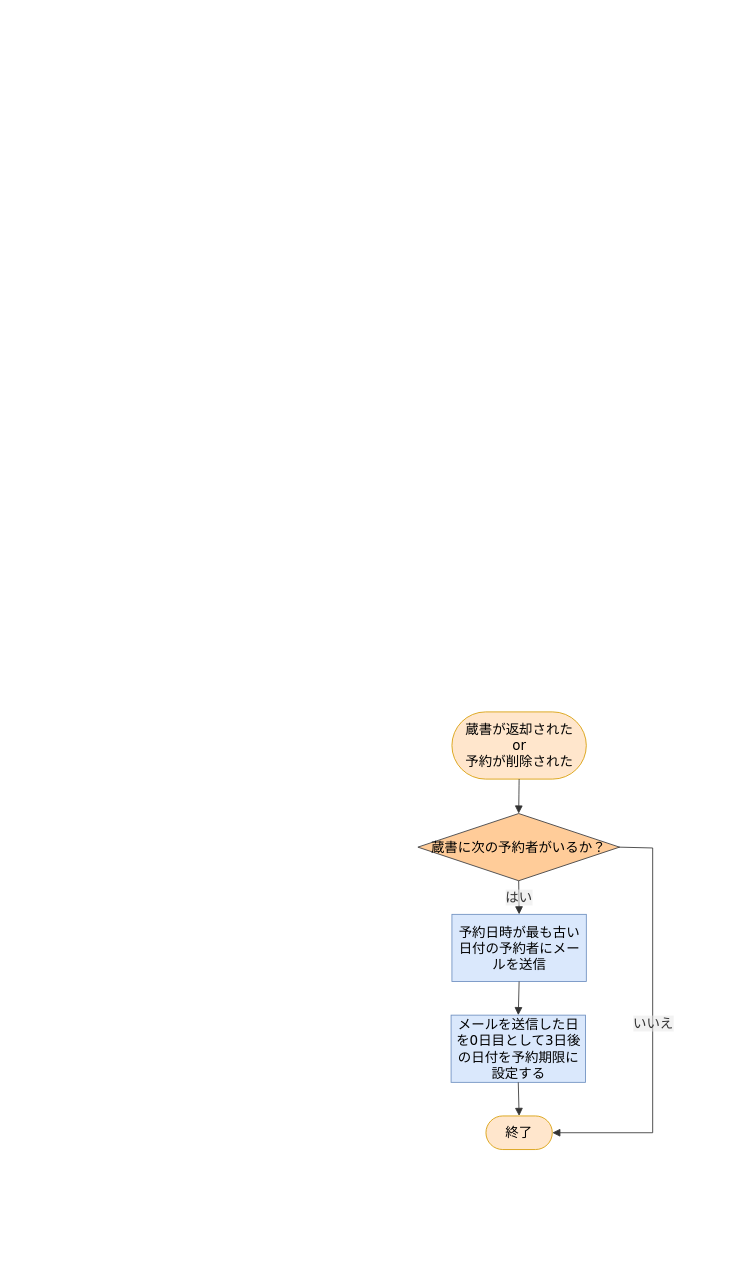
This is 詳細設計書/7班/flowchart/予約通知処理.drawio from rs002421-creator/-, a draw.io file, before an edit. Source tidied: cells renumbered, new cells numbered last; positions are measured from the earlier drawing's top-left corner, leaving out a move shared by most shapes. Both pictures are drawn from the tidied source at 84%, with x=0, y=0 at pixel (417, 711).
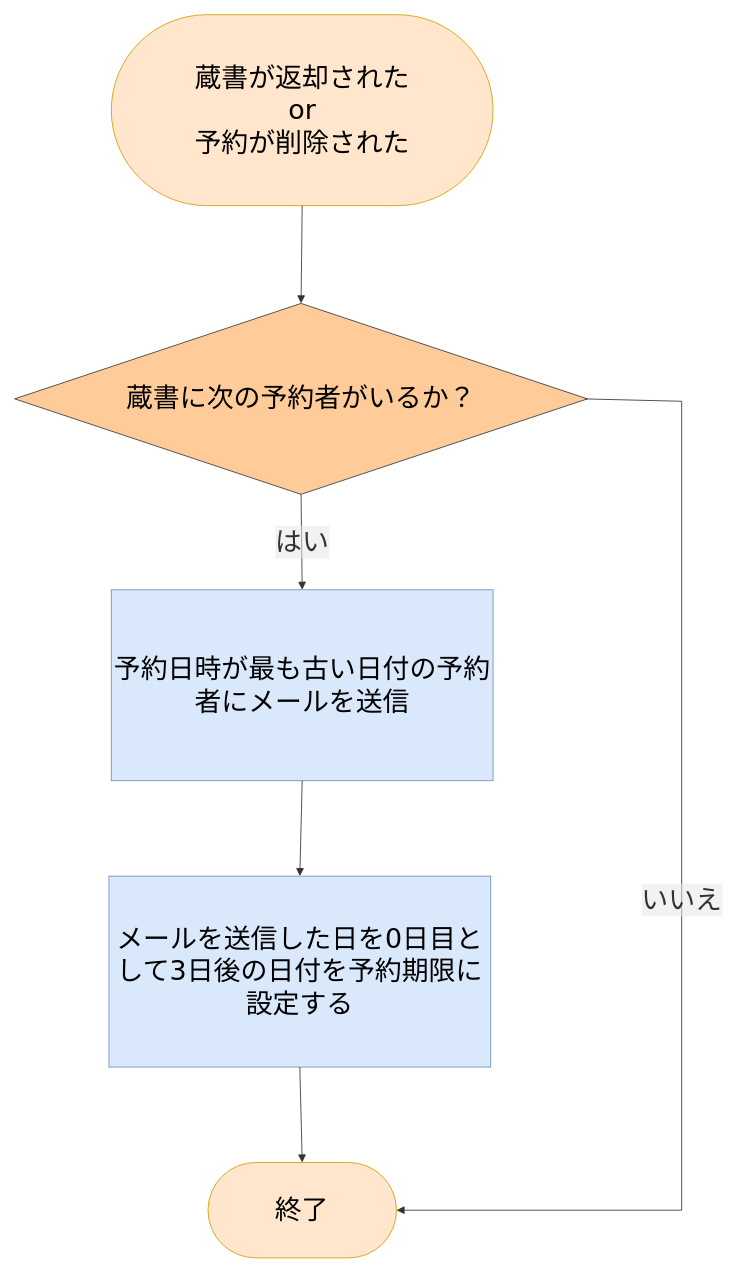
After the change.

Change to the diagram source:
```diff
@@
 <mxGraphModel>
   <root>
     <mxCell id="0" />
     <mxCell id="1" parent="0" />
+    <mxCell id="12" style="group;fontSize=32;" parent="1" vertex="1">
+      <mxGeometry x="-480" y="-830" width="794" height="1480" as="geometry" />
+    </mxCell>
-    <mxCell id="2" value="&lt;font style=&quot;color: rgb(0, 0, 0);&quot;&gt;蔵書が返却された&lt;/font&gt;&lt;div&gt;&lt;font style=&quot;color: rgb(0, 0, 0);&quot;&gt;or&lt;/font&gt;&lt;/div&gt;&lt;div&gt;&lt;font style=&quot;color: rgb(0, 0, 0);&quot;&gt;予約が削除された&lt;/font&gt;&lt;/div&gt;" style="html=1;rounded=1;whiteSpace=wrap;arcSize=50;strokeWidth=1;fontFamily=Trebuchet MS,Verdana,Arial,sans-serif;fontSize=16;fillColor=#ffe6cc;strokeColor=#d79b00;" parent="1" vertex="1">
-      <mxGeometry x="40.5" width="160" height="80" as="geometry" />
+    <mxCell id="2" value="&lt;font style=&quot;color: rgb(0, 0, 0);&quot;&gt;蔵書が返却された&lt;/font&gt;&lt;div&gt;&lt;font style=&quot;color: rgb(0, 0, 0);&quot;&gt;or&lt;/font&gt;&lt;/div&gt;&lt;div&gt;&lt;font style=&quot;color: rgb(0, 0, 0);&quot;&gt;予約が削除された&lt;/font&gt;&lt;/div&gt;" style="html=1;rounded=1;whiteSpace=wrap;arcSize=50;strokeWidth=1;fontFamily=Trebuchet MS,Verdana,Arial,sans-serif;fontSize=32;fillColor=#ffe6cc;strokeColor=#d79b00;" parent="12" vertex="1">
+      <mxGeometry x="115" width="454.5" height="227.3" as="geometry" />
     </mxCell>
-    <mxCell id="3" value="蔵書に次の予約者がいるか？" style="rhombus;html=1;strokeWidth=1;whiteSpace=wrap;fillColor=#ffcc99;strokeColor=#36393d;fontFamily=Trebuchet MS,Verdana,Arial,sans-serif;fontSize=16;" parent="1" vertex="1">
-      <mxGeometry y="121" width="240" height="80" as="geometry" />
+    <mxCell id="3" value="蔵書に次の予約者がいるか？" style="rhombus;html=1;strokeWidth=1;whiteSpace=wrap;fillColor=#ffcc99;strokeColor=#36393d;fontFamily=Trebuchet MS,Verdana,Arial,sans-serif;fontSize=32;" parent="12" vertex="1">
+      <mxGeometry y="343.7" width="681.8" height="227.3" as="geometry" />
     </mxCell>
-    <mxCell id="4" value="予約日時が最も古い日付の予約者にメールを送信" style="html=1;whiteSpace=wrap;strokeWidth=1;fillColor=#dae8fc;strokeColor=#6c8ebf;fontFamily=Trebuchet MS,Verdana,Arial,sans-serif;fontSize=16;" parent="1" vertex="1">
-      <mxGeometry x="40.5" y="241" width="160" height="80" as="geometry" />
+    <mxCell id="4" value="予約日時が最も古い日付の予約者にメールを送信" style="html=1;whiteSpace=wrap;strokeWidth=1;fillColor=#dae8fc;strokeColor=#6c8ebf;fontFamily=Trebuchet MS,Verdana,Arial,sans-serif;fontSize=32;" parent="12" vertex="1">
+      <mxGeometry x="115" y="684.6" width="454.5" height="227.3" as="geometry" />
     </mxCell>
-    <mxCell id="5" value="メールを送信した日を0日目として3日後の日付を予約期限に設定する" style="html=1;whiteSpace=wrap;strokeWidth=1;fillColor=#dae8fc;strokeColor=#6c8ebf;fontFamily=Trebuchet MS,Verdana,Arial,sans-serif;fontSize=16;" parent="1" vertex="1">
-      <mxGeometry x="39.5" y="361" width="160" height="80" as="geometry" />
+    <mxCell id="5" value="メールを送信した日を0日目として3日後の日付を予約期限に設定する" style="html=1;whiteSpace=wrap;strokeWidth=1;fillColor=#dae8fc;strokeColor=#6c8ebf;fontFamily=Trebuchet MS,Verdana,Arial,sans-serif;fontSize=32;" parent="12" vertex="1">
+      <mxGeometry x="112.2" y="1025.5" width="454.5" height="227.3" as="geometry" />
     </mxCell>
-    <mxCell id="6" style="curved=1;startArrow=none;endArrow=block;endSize=7;strokeColor=light-dark(#333333,#cccccc);exitX=0.5;exitY=1;entryX=0.5;entryY=0;rounded=0;" parent="1" edge="1" source="2" target="3">
+    <mxCell id="6" style="curved=1;startArrow=none;endArrow=block;endSize=7;strokeColor=light-dark(#333333,#cccccc);exitX=0.5;exitY=1;entryX=0.5;entryY=0;rounded=0;fontSize=32;" parent="12" edge="1" source="2" target="3">
       <mxGeometry relative="1" as="geometry" />
     </mxCell>
-    <mxCell id="7" value="はい" style="curved=0;startArrow=none;endArrow=block;endSize=7;strokeColor=light-dark(#333333,#cccccc);html=1;fontSize=16;labelBackgroundColor=light-dark(#E8E8E88D,#2a2a2a8D);fontFamily=Trebuchet MS,Verdana,Arial,sans-serif;fontColor=light-dark(#333333,#cccccc);exitX=0.5;exitY=1;entryX=0.5;entryY=0;rounded=0;exitDx=0;exitDy=0;" parent="1" edge="1" source="3" target="4">
+    <mxCell id="7" value="はい" style="curved=0;startArrow=none;endArrow=block;endSize=7;strokeColor=light-dark(#333333,#cccccc);html=1;fontSize=32;labelBackgroundColor=light-dark(#E8E8E88D,#2a2a2a8D);fontFamily=Trebuchet MS,Verdana,Arial,sans-serif;fontColor=light-dark(#333333,#cccccc);exitX=0.5;exitY=1;entryX=0.5;entryY=0;rounded=0;exitDx=0;exitDy=0;" parent="12" edge="1" source="3" target="4">
       <mxGeometry relative="1" as="geometry" />
     </mxCell>
-    <mxCell id="8" style="curved=0;startArrow=none;endArrow=block;endSize=7;strokeColor=light-dark(#333333,#cccccc);exitX=0.5;exitY=1;entryX=0.5;entryY=0;rounded=0;" parent="1" edge="1" source="4" target="5">
+    <mxCell id="8" style="curved=0;startArrow=none;endArrow=block;endSize=7;strokeColor=light-dark(#333333,#cccccc);exitX=0.5;exitY=1;entryX=0.5;entryY=0;rounded=0;fontSize=32;" parent="12" edge="1" source="4" target="5">
       <mxGeometry relative="1" as="geometry" />
     </mxCell>
-    <mxCell id="9" style="curved=0;startArrow=none;endArrow=block;endSize=7;strokeColor=light-dark(#333333,#cccccc);exitX=0.5;exitY=1;rounded=0;entryX=0.5;entryY=0;entryDx=0;entryDy=0;" parent="1" edge="1" source="5" target="11">
+    <mxCell id="9" style="curved=0;startArrow=none;endArrow=block;endSize=7;strokeColor=light-dark(#333333,#cccccc);exitX=0.5;exitY=1;rounded=0;entryX=0.5;entryY=0;entryDx=0;entryDy=0;fontSize=32;" parent="12" edge="1" source="5" target="11">
       <mxGeometry relative="1" as="geometry" />
     </mxCell>
-    <mxCell id="10" value="いいえ" style="curved=0;startArrow=none;endArrow=block;endSize=7;strokeColor=light-dark(#333333,#cccccc);html=1;fontSize=16;labelBackgroundColor=light-dark(#E8E8E88D,#2a2a2a8D);fontFamily=Trebuchet MS,Verdana,Arial,sans-serif;fontColor=light-dark(#333333,#cccccc);exitX=1;exitY=0.5;rounded=0;exitDx=0;exitDy=0;entryX=1;entryY=0.5;entryDx=0;entryDy=0;" parent="1" edge="1" target="11">
+    <mxCell id="10" value="いいえ" style="curved=0;startArrow=none;endArrow=block;endSize=7;strokeColor=light-dark(#333333,#cccccc);html=1;fontSize=32;labelBackgroundColor=light-dark(#E8E8E88D,#2a2a2a8D);fontFamily=Trebuchet MS,Verdana,Arial,sans-serif;fontColor=light-dark(#333333,#cccccc);exitX=1;exitY=0.5;rounded=0;exitDx=0;exitDy=0;entryX=1;entryY=0.5;entryDx=0;entryDy=0;" parent="12" edge="1" target="11">
       <mxGeometry relative="1" as="geometry">
-        <mxPoint x="239" y="161" as="sourcePoint" />
+        <mxPoint x="678.9" y="457.4" as="sourcePoint" />
         <Array as="points">
-          <mxPoint x="279.5" y="162" />
-          <mxPoint x="279.5" y="501" />
+          <mxPoint x="794" y="460.2" />
+          <mxPoint x="794" y="1423.2" />
         </Array>
       </mxGeometry>
     </mxCell>
-    <mxCell id="11" value="終了" style="html=1;rounded=1;whiteSpace=wrap;arcSize=50;strokeWidth=1;fontFamily=Trebuchet MS,Verdana,Arial,sans-serif;fontSize=16;fillColor=#ffe6cc;strokeColor=#d79b00;" parent="1" vertex="1">
-      <mxGeometry x="81" y="481" width="79" height="40" as="geometry" />
+    <mxCell id="11" value="終了" style="html=1;rounded=1;whiteSpace=wrap;arcSize=50;strokeWidth=1;fontFamily=Trebuchet MS,Verdana,Arial,sans-serif;fontSize=32;fillColor=#ffe6cc;strokeColor=#d79b00;" parent="12" vertex="1">
+      <mxGeometry x="230.1" y="1366.4" width="224.4" height="113.6" as="geometry" />
     </mxCell>
   </root>
 </mxGraphModel>
```
